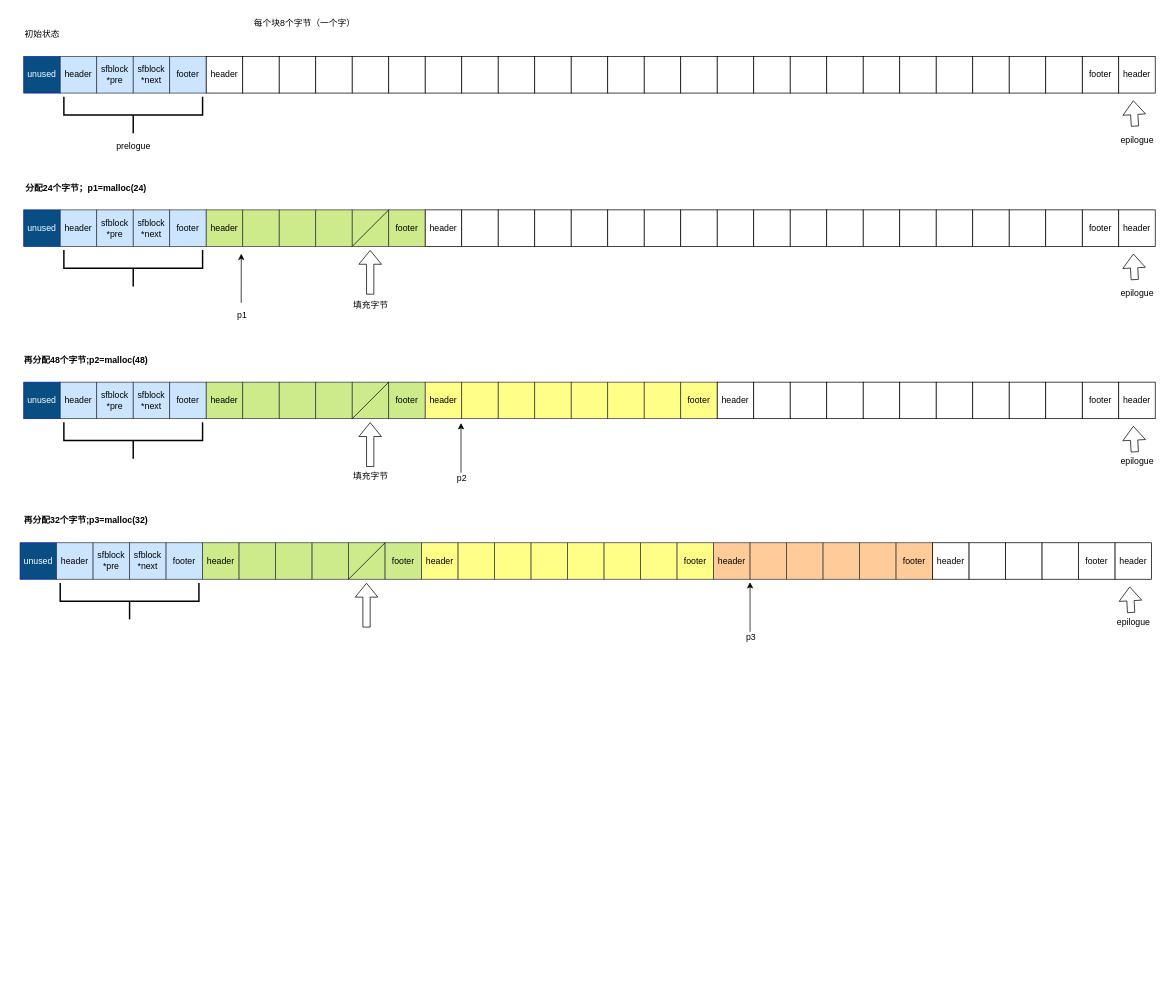
Before: 未命名绘图.drawio in hyx18234172491/os, a draw.io diagram. Source tidied: cells renumbered, new cells numbered last; positions are measured from the earlier drawing's top-left corner, leaving out a move shared by most shapes. Both pictures are drawn from the tidied source at 73%, with x=0, y=0 at pixel (16, 12).
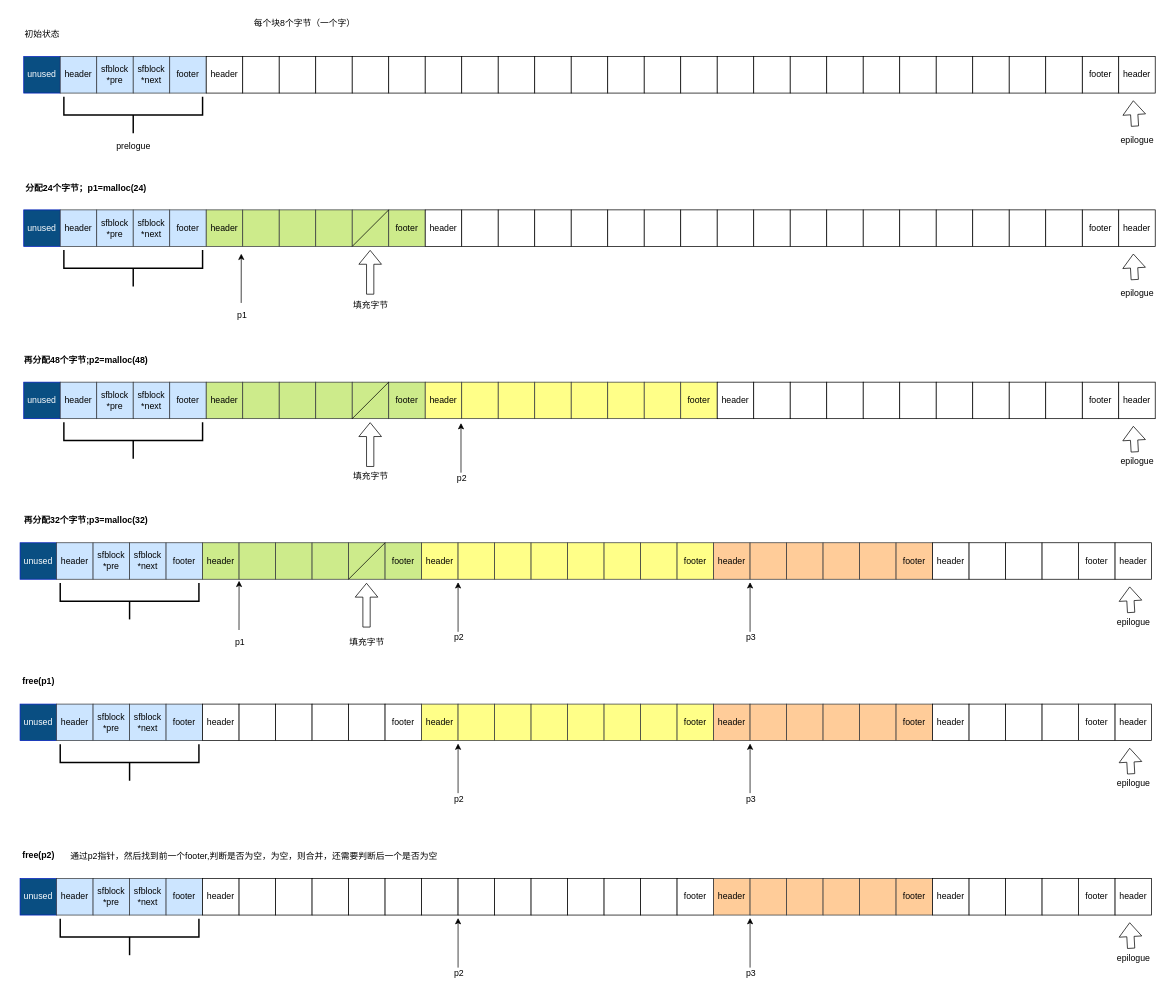
After the change.

Commit message:
更新未命名绘图.drawio

Change to the diagram source:
```diff
@@
+    <mxCell id="158" style="endArrow=classic;html=1;rounded=0;exitX=0.498;exitY=-0.083;exitDx=0;exitDy=0;exitPerimeter=0;" parent="1" edge="1">
+      <mxGeometry relative="1" as="geometry">
+        <mxPoint x="605" y="848" as="sourcePoint" />
+        <mxPoint x="605" y="780" as="targetPoint" />
+      </mxGeometry>
+    </mxCell>
+    <mxCell id="159" value="p2" style="text;html=1;align=center;verticalAlign=middle;strokeColor=none;fillColor=none;" parent="1" vertex="1">
+      <mxGeometry x="586" y="841" width="40" height="30" as="geometry" />
+    </mxCell>
+    <mxCell id="160" value="填充字节" style="text;html=1;align=center;verticalAlign=middle;strokeColor=none;fillColor=none;" parent="1" vertex="1">
+      <mxGeometry x="445" y="848" width="70" height="30" as="geometry" />
+    </mxCell>
+    <mxCell id="161" value="p1" style="text;html=1;align=center;verticalAlign=middle;strokeColor=none;fillColor=none;" parent="1" vertex="1">
+      <mxGeometry x="286" y="848" width="40" height="30" as="geometry" />
+    </mxCell>
+    <mxCell id="162" style="endArrow=classic;html=1;rounded=0;exitX=0.498;exitY=-0.083;exitDx=0;exitDy=0;exitPerimeter=0;" parent="1" edge="1">
+      <mxGeometry relative="1" as="geometry">
+        <mxPoint x="304.9" y="845.5" as="sourcePoint" />
+        <mxPoint x="305" y="778" as="targetPoint" />
+      </mxGeometry>
+    </mxCell>
+    <mxCell id="163" value="&lt;b&gt;free(p1)&lt;/b&gt;" style="text;html=1;align=center;verticalAlign=middle;strokeColor=none;fillColor=none;" parent="1" vertex="1">
+      <mxGeometry x="-5" y="901" width="70" height="30" as="geometry" />
+    </mxCell>
+    <mxCell id="164" value="unused" style="whiteSpace=wrap;html=1;fillColor=#094E82;strokeColor=#001DBC;fontColor=#ffffff;" parent="1" vertex="1">
+      <mxGeometry x="5" y="947" width="50" height="50" as="geometry" />
+    </mxCell>
+    <mxCell id="165" value="header" style="whiteSpace=wrap;html=1;fillColor=#cce5ff;strokeColor=#36393d;" parent="1" vertex="1">
+      <mxGeometry x="55" y="947" width="50" height="50" as="geometry" />
+    </mxCell>
+    <mxCell id="166" value="sfblock&lt;div&gt;*pre&lt;/div&gt;" style="whiteSpace=wrap;html=1;fillColor=#cce5ff;strokeColor=#36393d;" parent="1" vertex="1">
+      <mxGeometry x="105" y="947" width="50" height="50" as="geometry" />
+    </mxCell>
+    <mxCell id="167" value="sfblock&lt;div&gt;*next&lt;/div&gt;" style="whiteSpace=wrap;html=1;fillColor=#cce5ff;strokeColor=#36393d;" parent="1" vertex="1">
+      <mxGeometry x="155" y="947" width="50" height="50" as="geometry" />
+    </mxCell>
+    <mxCell id="168" value="footer" style="whiteSpace=wrap;html=1;fillColor=#cce5ff;strokeColor=#36393d;" parent="1" vertex="1">
+      <mxGeometry x="205" y="947" width="50" height="50" as="geometry" />
+    </mxCell>
+    <mxCell id="169" value="header" style="whiteSpace=wrap;html=1;" parent="1" vertex="1">
+      <mxGeometry x="255" y="947" width="50" height="50" as="geometry" />
+    </mxCell>
+    <mxCell id="170" style="whiteSpace=wrap;html=1;" parent="1" vertex="1">
+      <mxGeometry x="305" y="947" width="50" height="50" as="geometry" />
+    </mxCell>
+    <mxCell id="171" style="whiteSpace=wrap;html=1;" parent="1" vertex="1">
+      <mxGeometry x="355" y="947" width="50" height="50" as="geometry" />
+    </mxCell>
+    <mxCell id="172" style="whiteSpace=wrap;html=1;" parent="1" vertex="1">
+      <mxGeometry x="405" y="947" width="50" height="50" as="geometry" />
+    </mxCell>
+    <mxCell id="173" style="whiteSpace=wrap;html=1;" parent="1" vertex="1">
+      <mxGeometry x="455" y="947" width="50" height="50" as="geometry" />
+    </mxCell>
+    <mxCell id="174" value="footer" style="whiteSpace=wrap;html=1;" parent="1" vertex="1">
+      <mxGeometry x="505" y="947" width="50" height="50" as="geometry" />
+    </mxCell>
+    <mxCell id="175" value="header" style="whiteSpace=wrap;html=1;fillColor=#ffff88;strokeColor=#36393d;" parent="1" vertex="1">
+      <mxGeometry x="555" y="947" width="50" height="50" as="geometry" />
+    </mxCell>
+    <mxCell id="176" style="whiteSpace=wrap;html=1;fillColor=#ffff88;strokeColor=#36393d;" parent="1" vertex="1">
+      <mxGeometry x="605" y="947" width="50" height="50" as="geometry" />
+    </mxCell>
+    <mxCell id="177" style="whiteSpace=wrap;html=1;fillColor=#ffff88;strokeColor=#36393d;" parent="1" vertex="1">
+      <mxGeometry x="655" y="947" width="50" height="50" as="geometry" />
+    </mxCell>
+    <mxCell id="178" style="whiteSpace=wrap;html=1;fillColor=#ffff88;strokeColor=#36393d;" parent="1" vertex="1">
+      <mxGeometry x="705" y="947" width="50" height="50" as="geometry" />
+    </mxCell>
+    <mxCell id="179" style="whiteSpace=wrap;html=1;fillColor=#ffff88;strokeColor=#36393d;" parent="1" vertex="1">
+      <mxGeometry x="755" y="947" width="50" height="50" as="geometry" />
+    </mxCell>
+    <mxCell id="180" style="whiteSpace=wrap;html=1;fillColor=#ffff88;strokeColor=#36393d;" parent="1" vertex="1">
+      <mxGeometry x="805" y="947" width="50" height="50" as="geometry" />
+    </mxCell>
+    <mxCell id="181" style="whiteSpace=wrap;html=1;fillColor=#ffff88;strokeColor=#36393d;" parent="1" vertex="1">
+      <mxGeometry x="855" y="947" width="50" height="50" as="geometry" />
+    </mxCell>
+    <mxCell id="182" value="footer" style="whiteSpace=wrap;html=1;fillColor=#ffff88;strokeColor=#36393d;" parent="1" vertex="1">
+      <mxGeometry x="905" y="947" width="50" height="50" as="geometry" />
+    </mxCell>
+    <mxCell id="183" value="header" style="whiteSpace=wrap;html=1;fillColor=#ffcc99;strokeColor=#36393d;" parent="1" vertex="1">
+      <mxGeometry x="955" y="947" width="50" height="50" as="geometry" />
+    </mxCell>
+    <mxCell id="184" style="strokeWidth=2;html=1;shape=mxgraph.flowchart.annotation_2;align=left;labelPosition=right;rotation=-90;" parent="1" vertex="1">
+      <mxGeometry x="130" y="932" width="50" height="190" as="geometry" />
+    </mxCell>
+    <mxCell id="185" style="whiteSpace=wrap;html=1;fillColor=#ffcc99;strokeColor=#36393d;" parent="1" vertex="1">
+      <mxGeometry x="1005" y="947" width="50" height="50" as="geometry" />
+    </mxCell>
+    <mxCell id="186" style="whiteSpace=wrap;html=1;fillColor=#ffcc99;strokeColor=#36393d;" parent="1" vertex="1">
+      <mxGeometry x="1055" y="947" width="50" height="50" as="geometry" />
+    </mxCell>
+    <mxCell id="187" style="whiteSpace=wrap;html=1;fillColor=#ffcc99;strokeColor=#36393d;" parent="1" vertex="1">
+      <mxGeometry x="1105" y="947" width="50" height="50" as="geometry" />
+    </mxCell>
+    <mxCell id="188" style="whiteSpace=wrap;html=1;fillColor=#ffcc99;strokeColor=#36393d;" parent="1" vertex="1">
+      <mxGeometry x="1155" y="947" width="50" height="50" as="geometry" />
+    </mxCell>
+    <mxCell id="189" value="footer" style="whiteSpace=wrap;html=1;fillColor=#ffcc99;strokeColor=#36393d;" parent="1" vertex="1">
+      <mxGeometry x="1205" y="947" width="50" height="50" as="geometry" />
+    </mxCell>
+    <mxCell id="190" value="header" style="whiteSpace=wrap;html=1;" parent="1" vertex="1">
+      <mxGeometry x="1255" y="947" width="50" height="50" as="geometry" />
+    </mxCell>
+    <mxCell id="191" value="footer" style="whiteSpace=wrap;html=1;" parent="1" vertex="1">
+      <mxGeometry x="1455" y="947" width="50" height="50" as="geometry" />
+    </mxCell>
+    <mxCell id="192" value="header" style="whiteSpace=wrap;html=1;" parent="1" vertex="1">
+      <mxGeometry x="1505" y="947" width="50" height="50" as="geometry" />
+    </mxCell>
+    <mxCell id="193" style="shape=flexArrow;endArrow=classic;html=1;rounded=0;exitX=0.461;exitY=-0.141;exitDx=0;exitDy=0;exitPerimeter=0;" parent="1" edge="1">
+      <mxGeometry relative="1" as="geometry">
+        <mxPoint x="1527" y="1043" as="sourcePoint" />
+        <mxPoint x="1525" y="1007" as="targetPoint" />
+      </mxGeometry>
+    </mxCell>
+    <mxCell id="194" style="whiteSpace=wrap;html=1;" parent="1" vertex="1">
+      <mxGeometry x="1305" y="947" width="50" height="50" as="geometry" />
+    </mxCell>
+    <mxCell id="195" style="whiteSpace=wrap;html=1;" parent="1" vertex="1">
+      <mxGeometry x="1355" y="947" width="50" height="50" as="geometry" />
+    </mxCell>
+    <mxCell id="196" style="whiteSpace=wrap;html=1;" parent="1" vertex="1">
+      <mxGeometry x="1405" y="947" width="50" height="50" as="geometry" />
+    </mxCell>
+    <mxCell id="197" value="epilogue" style="text;html=1;align=center;verticalAlign=middle;strokeColor=none;fillColor=none;" parent="1" vertex="1">
+      <mxGeometry x="1495" y="1041" width="70" height="30" as="geometry" />
+    </mxCell>
+    <mxCell id="198" style="endArrow=classic;html=1;rounded=0;exitX=0.498;exitY=-0.083;exitDx=0;exitDy=0;exitPerimeter=0;" parent="1" edge="1">
+      <mxGeometry relative="1" as="geometry">
+        <mxPoint x="1005" y="1069" as="sourcePoint" />
+        <mxPoint x="1005" y="1001" as="targetPoint" />
+      </mxGeometry>
+    </mxCell>
+    <mxCell id="199" value="p3" style="text;html=1;align=center;verticalAlign=middle;strokeColor=none;fillColor=none;" parent="1" vertex="1">
+      <mxGeometry x="986" y="1062" width="40" height="30" as="geometry" />
+    </mxCell>
+    <mxCell id="200" style="endArrow=classic;html=1;rounded=0;exitX=0.498;exitY=-0.083;exitDx=0;exitDy=0;exitPerimeter=0;" parent="1" edge="1">
+      <mxGeometry relative="1" as="geometry">
+        <mxPoint x="605" y="1069" as="sourcePoint" />
+        <mxPoint x="605" y="1001" as="targetPoint" />
+      </mxGeometry>
+    </mxCell>
+    <mxCell id="201" value="p2" style="text;html=1;align=center;verticalAlign=middle;strokeColor=none;fillColor=none;" parent="1" vertex="1">
+      <mxGeometry x="586" y="1062" width="40" height="30" as="geometry" />
+    </mxCell>
+    <mxCell id="202" value="&lt;b&gt;free(p2)&lt;/b&gt;" style="text;html=1;align=center;verticalAlign=middle;strokeColor=none;fillColor=none;" parent="1" vertex="1">
+      <mxGeometry x="-5" y="1140" width="70" height="30" as="geometry" />
+    </mxCell>
+    <mxCell id="203" value="unused" style="whiteSpace=wrap;html=1;fillColor=#094E82;strokeColor=#001DBC;fontColor=#ffffff;" parent="1" vertex="1">
+      <mxGeometry x="5" y="1186" width="50" height="50" as="geometry" />
+    </mxCell>
+    <mxCell id="204" value="header" style="whiteSpace=wrap;html=1;fillColor=#cce5ff;strokeColor=#36393d;" parent="1" vertex="1">
+      <mxGeometry x="55" y="1186" width="50" height="50" as="geometry" />
+    </mxCell>
+    <mxCell id="205" value="sfblock&lt;div&gt;*pre&lt;/div&gt;" style="whiteSpace=wrap;html=1;fillColor=#cce5ff;strokeColor=#36393d;" parent="1" vertex="1">
+      <mxGeometry x="105" y="1186" width="50" height="50" as="geometry" />
+    </mxCell>
+    <mxCell id="206" value="sfblock&lt;div&gt;*next&lt;/div&gt;" style="whiteSpace=wrap;html=1;fillColor=#cce5ff;strokeColor=#36393d;" parent="1" vertex="1">
+      <mxGeometry x="155" y="1186" width="50" height="50" as="geometry" />
+    </mxCell>
+    <mxCell id="207" value="footer" style="whiteSpace=wrap;html=1;fillColor=#cce5ff;strokeColor=#36393d;" parent="1" vertex="1">
+      <mxGeometry x="205" y="1186" width="50" height="50" as="geometry" />
+    </mxCell>
+    <mxCell id="208" value="header" style="whiteSpace=wrap;html=1;" parent="1" vertex="1">
+      <mxGeometry x="255" y="1186" width="50" height="50" as="geometry" />
+    </mxCell>
+    <mxCell id="209" style="whiteSpace=wrap;html=1;" parent="1" vertex="1">
+      <mxGeometry x="305" y="1186" width="50" height="50" as="geometry" />
+    </mxCell>
+    <mxCell id="210" style="whiteSpace=wrap;html=1;" parent="1" vertex="1">
+      <mxGeometry x="355" y="1186" width="50" height="50" as="geometry" />
+    </mxCell>
+    <mxCell id="211" style="whiteSpace=wrap;html=1;" parent="1" vertex="1">
+      <mxGeometry x="405" y="1186" width="50" height="50" as="geometry" />
+    </mxCell>
+    <mxCell id="212" style="whiteSpace=wrap;html=1;" parent="1" vertex="1">
+      <mxGeometry x="455" y="1186" width="50" height="50" as="geometry" />
+    </mxCell>
+    <mxCell id="213" style="whiteSpace=wrap;html=1;" parent="1" vertex="1">
+      <mxGeometry x="505" y="1186" width="50" height="50" as="geometry" />
+    </mxCell>
+    <mxCell id="214" style="whiteSpace=wrap;html=1;" parent="1" vertex="1">
+      <mxGeometry x="555" y="1186" width="50" height="50" as="geometry" />
+    </mxCell>
+    <mxCell id="215" style="whiteSpace=wrap;html=1;" parent="1" vertex="1">
+      <mxGeometry x="605" y="1186" width="50" height="50" as="geometry" />
+    </mxCell>
+    <mxCell id="216" style="whiteSpace=wrap;html=1;" parent="1" vertex="1">
+      <mxGeometry x="655" y="1186" width="50" height="50" as="geometry" />
+    </mxCell>
+    <mxCell id="217" style="whiteSpace=wrap;html=1;" parent="1" vertex="1">
+      <mxGeometry x="705" y="1186" width="50" height="50" as="geometry" />
+    </mxCell>
+    <mxCell id="218" style="whiteSpace=wrap;html=1;" parent="1" vertex="1">
+      <mxGeometry x="755" y="1186" width="50" height="50" as="geometry" />
+    </mxCell>
+    <mxCell id="219" style="whiteSpace=wrap;html=1;" parent="1" vertex="1">
+      <mxGeometry x="805" y="1186" width="50" height="50" as="geometry" />
+    </mxCell>
+    <mxCell id="220" style="whiteSpace=wrap;html=1;" parent="1" vertex="1">
+      <mxGeometry x="855" y="1186" width="50" height="50" as="geometry" />
+    </mxCell>
+    <mxCell id="221" value="footer" style="whiteSpace=wrap;html=1;" parent="1" vertex="1">
+      <mxGeometry x="905" y="1186" width="50" height="50" as="geometry" />
+    </mxCell>
+    <mxCell id="222" value="header" style="whiteSpace=wrap;html=1;fillColor=#ffcc99;strokeColor=#36393d;" parent="1" vertex="1">
+      <mxGeometry x="955" y="1186" width="50" height="50" as="geometry" />
+    </mxCell>
+    <mxCell id="223" style="strokeWidth=2;html=1;shape=mxgraph.flowchart.annotation_2;align=left;labelPosition=right;rotation=-90;" parent="1" vertex="1">
+      <mxGeometry x="130" y="1171" width="50" height="190" as="geometry" />
+    </mxCell>
+    <mxCell id="224" style="whiteSpace=wrap;html=1;fillColor=#ffcc99;strokeColor=#36393d;" parent="1" vertex="1">
+      <mxGeometry x="1005" y="1186" width="50" height="50" as="geometry" />
+    </mxCell>
+    <mxCell id="225" style="whiteSpace=wrap;html=1;fillColor=#ffcc99;strokeColor=#36393d;" parent="1" vertex="1">
+      <mxGeometry x="1055" y="1186" width="50" height="50" as="geometry" />
+    </mxCell>
+    <mxCell id="226" style="whiteSpace=wrap;html=1;fillColor=#ffcc99;strokeColor=#36393d;" parent="1" vertex="1">
+      <mxGeometry x="1105" y="1186" width="50" height="50" as="geometry" />
+    </mxCell>
+    <mxCell id="227" style="whiteSpace=wrap;html=1;fillColor=#ffcc99;strokeColor=#36393d;" parent="1" vertex="1">
+      <mxGeometry x="1155" y="1186" width="50" height="50" as="geometry" />
+    </mxCell>
+    <mxCell id="228" value="footer" style="whiteSpace=wrap;html=1;fillColor=#ffcc99;strokeColor=#36393d;" parent="1" vertex="1">
+      <mxGeometry x="1205" y="1186" width="50" height="50" as="geometry" />
+    </mxCell>
+    <mxCell id="229" value="header" style="whiteSpace=wrap;html=1;" parent="1" vertex="1">
+      <mxGeometry x="1255" y="1186" width="50" height="50" as="geometry" />
+    </mxCell>
+    <mxCell id="230" value="footer" style="whiteSpace=wrap;html=1;" parent="1" vertex="1">
+      <mxGeometry x="1455" y="1186" width="50" height="50" as="geometry" />
+    </mxCell>
+    <mxCell id="231" value="header" style="whiteSpace=wrap;html=1;" parent="1" vertex="1">
+      <mxGeometry x="1505" y="1186" width="50" height="50" as="geometry" />
+    </mxCell>
+    <mxCell id="232" style="shape=flexArrow;endArrow=classic;html=1;rounded=0;exitX=0.461;exitY=-0.141;exitDx=0;exitDy=0;exitPerimeter=0;" parent="1" edge="1">
+      <mxGeometry relative="1" as="geometry">
+        <mxPoint x="1527" y="1282" as="sourcePoint" />
+        <mxPoint x="1525" y="1246" as="targetPoint" />
+      </mxGeometry>
+    </mxCell>
+    <mxCell id="233" style="whiteSpace=wrap;html=1;" parent="1" vertex="1">
+      <mxGeometry x="1305" y="1186" width="50" height="50" as="geometry" />
+    </mxCell>
+    <mxCell id="234" style="whiteSpace=wrap;html=1;" parent="1" vertex="1">
+      <mxGeometry x="1355" y="1186" width="50" height="50" as="geometry" />
+    </mxCell>
+    <mxCell id="235" style="whiteSpace=wrap;html=1;" parent="1" vertex="1">
+      <mxGeometry x="1405" y="1186" width="50" height="50" as="geometry" />
+    </mxCell>
+    <mxCell id="236" value="epilogue" style="text;html=1;align=center;verticalAlign=middle;strokeColor=none;fillColor=none;" parent="1" vertex="1">
+      <mxGeometry x="1495" y="1280" width="70" height="30" as="geometry" />
+    </mxCell>
+    <mxCell id="237" style="endArrow=classic;html=1;rounded=0;exitX=0.498;exitY=-0.083;exitDx=0;exitDy=0;exitPerimeter=0;" parent="1" edge="1">
+      <mxGeometry relative="1" as="geometry">
+        <mxPoint x="1005" y="1308" as="sourcePoint" />
+        <mxPoint x="1005" y="1240" as="targetPoint" />
+      </mxGeometry>
+    </mxCell>
+    <mxCell id="238" value="p3" style="text;html=1;align=center;verticalAlign=middle;strokeColor=none;fillColor=none;" parent="1" vertex="1">
+      <mxGeometry x="986" y="1301" width="40" height="30" as="geometry" />
+    </mxCell>
+    <mxCell id="239" style="endArrow=classic;html=1;rounded=0;exitX=0.498;exitY=-0.083;exitDx=0;exitDy=0;exitPerimeter=0;" parent="1" edge="1">
+      <mxGeometry relative="1" as="geometry">
+        <mxPoint x="605" y="1308" as="sourcePoint" />
+        <mxPoint x="605" y="1240" as="targetPoint" />
+      </mxGeometry>
+    </mxCell>
+    <mxCell id="240" value="p2" style="text;html=1;align=center;verticalAlign=middle;strokeColor=none;fillColor=none;" parent="1" vertex="1">
+      <mxGeometry x="586" y="1301" width="40" height="30" as="geometry" />
+    </mxCell>
+    <mxCell id="241" value="通过p2指针，然后找到前一个footer,判断是否为空，为空，则合并，还需要判断后一个是否为空" style="text;html=1;align=center;verticalAlign=middle;strokeColor=none;fillColor=none;" parent="1" vertex="1">
+      <mxGeometry x="60" y="1141" width="530" height="30" as="geometry" />
+    </mxCell>
```
